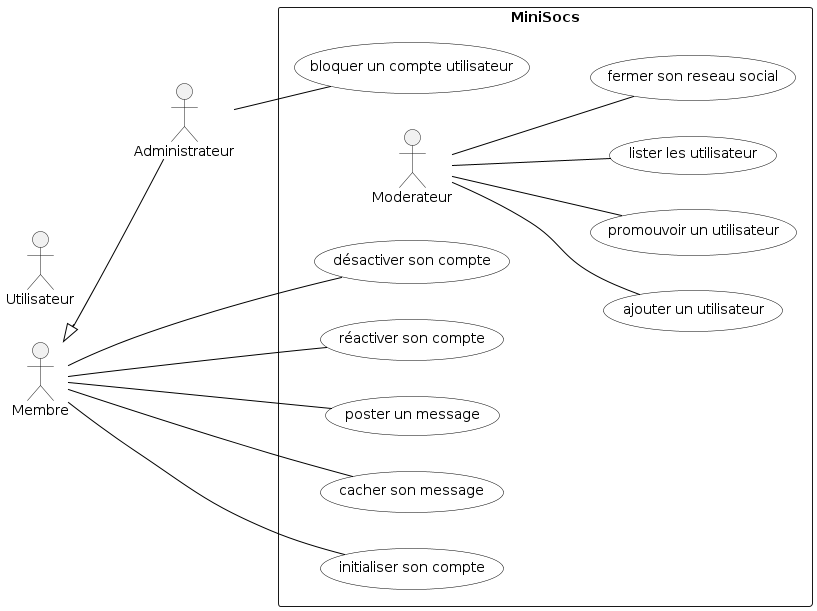
Earlier version of the PlantUML export Diagrammes/minisocs_uml_diag_cas_utilisation.png (ThELud0/Minisocs).
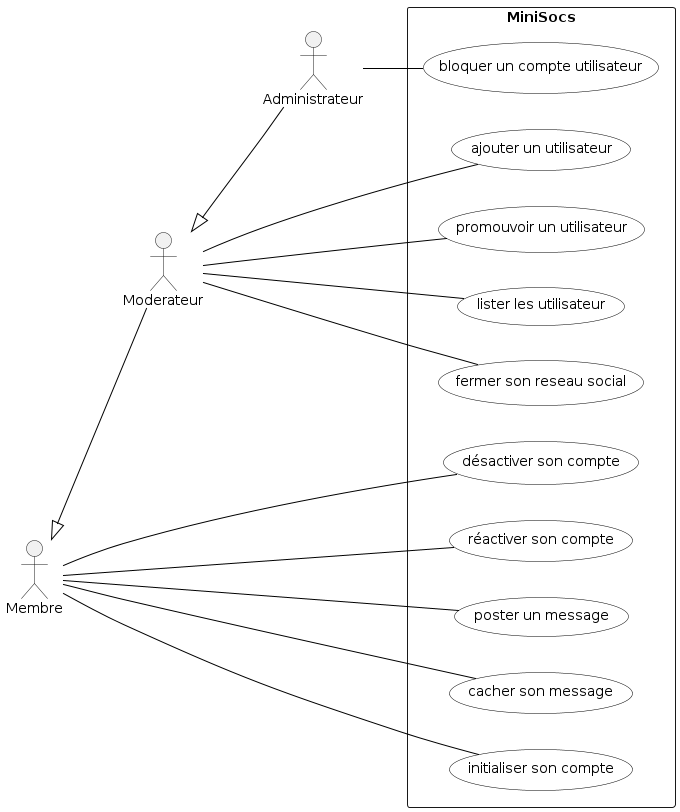
The same diagram one commit later.

Commit message:
modif diagramme cas d'utilisation

What changed in the source:
```diff
@@ -11,9 +11,10 @@
 left to right direction
 
 actor Administrateur
-actor Utilisateur
-Membre <|-- Administrateur
-
+actor Moderateur
+actor Membre
+Moderateur <|-- Administrateur
+Membre <|-- Moderateur
 rectangle "MiniSocs" {
 
 :Administrateur: -- (bloquer un compte utilisateur)
```
